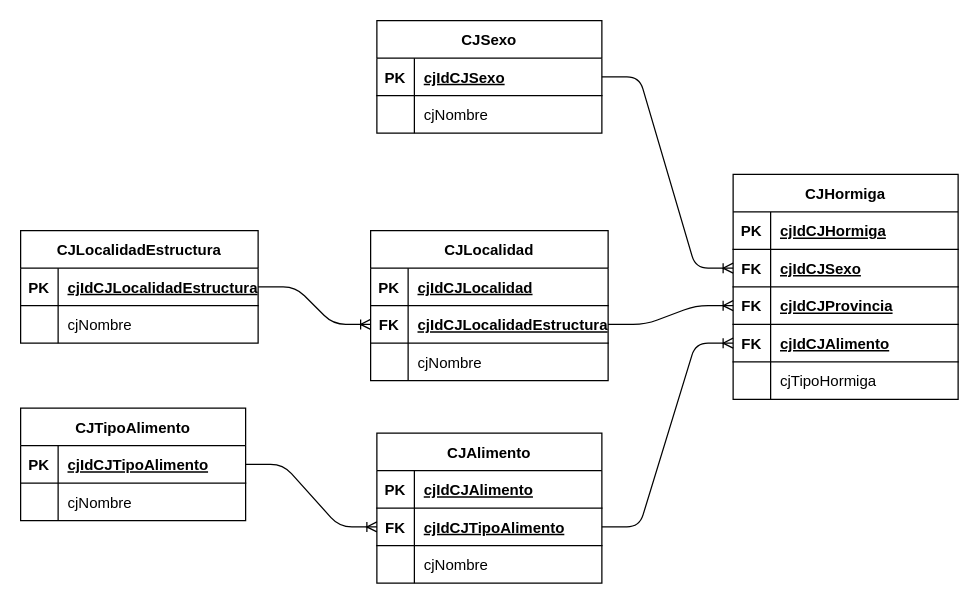
Earlier version of the draw.io diagram Design/DiagramaMER.dio (Jonathanfcg18/CJEcuaFauna2K24A). Source tidied: cells renumbered, new cells numbered last; positions are measured from the earlier drawing's top-left corner, leaving out a move shared by most shapes. Both pictures are drawn from the tidied source at 125%, with x=0, y=0 at pixel (20, 20).
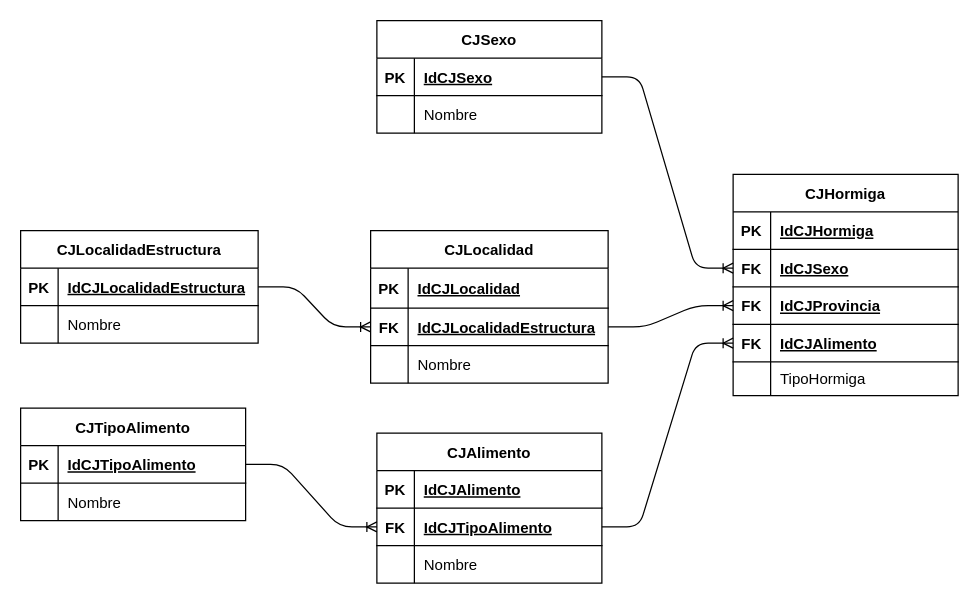
After the change.

The change refers to these unchanged cells:
```xml
<mxCell id="3" style="shape=tableRow;horizontal=0;startSize=0;swimlaneHead=0;swimlaneBody=0;fillColor=none;top=0;left=0;right=0;bottom=1;" parent="2" vertex="1">
  <mxGeometry y="30" width="180" height="30" as="geometry" />
</mxCell>
<mxCell id="6" style="shape=tableRow;horizontal=0;startSize=0;swimlaneHead=0;swimlaneBody=0;fillColor=none;points=[[0,0.5],[1,0.5]];portConstraint=eastwest;top=0;left=0;right=0;bottom=1;" parent="2" vertex="1">
  <mxGeometry y="60" width="180" height="30" as="geometry" />
</mxCell>
<mxCell id="9" style="shape=tableRow;horizontal=0;startSize=0;swimlaneHead=0;swimlaneBody=0;fillColor=none;points=[[0,0.5],[1,0.5]];portConstraint=eastwest;top=0;left=0;right=0;bottom=1;" parent="2" vertex="1">
  <mxGeometry y="90" width="180" height="30" as="geometry" />
</mxCell>
<mxCell id="12" style="shape=tableRow;horizontal=0;startSize=0;swimlaneHead=0;swimlaneBody=0;fillColor=none;points=[[0,0.5],[1,0.5]];portConstraint=eastwest;top=0;left=0;right=0;bottom=1;" parent="2" vertex="1">
  <mxGeometry y="120" width="180" height="30" as="geometry" />
</mxCell>
<mxCell id="29" style="shape=tableRow;horizontal=0;startSize=0;swimlaneHead=0;swimlaneBody=0;fillColor=none;points=[[0,0.5],[1,0.5]];portConstraint=eastwest;top=0;left=0;right=0;bottom=1;" parent="28" vertex="1">
  <mxGeometry y="30" width="190" height="30" as="geometry" />
</mxCell>
<mxCell id="32" style="shape=tableRow;horizontal=0;startSize=0;swimlaneHead=0;swimlaneBody=0;fillColor=none;top=0;left=0;right=0;bottom=0;" parent="28" vertex="1">
  <mxGeometry y="60" width="190" height="30" as="geometry" />
</mxCell>
<mxCell id="37" style="shape=tableRow;horizontal=0;startSize=0;swimlaneHead=0;swimlaneBody=0;fillColor=none;top=0;left=0;right=0;bottom=1;fontSize=12;" parent="36" vertex="1">
  <mxGeometry y="30" width="180" height="30" as="geometry" />
</mxCell>
<mxCell id="40" style="shape=tableRow;horizontal=0;startSize=0;swimlaneHead=0;swimlaneBody=0;fillColor=none;points=[[0,0.5],[1,0.5]];portConstraint=eastwest;top=0;left=0;right=0;bottom=1;fontSize=12;" parent="36" vertex="1">
  <mxGeometry y="60" width="180" height="30" as="geometry" />
</mxCell>
<mxCell id="43" style="shape=tableRow;horizontal=0;startSize=0;swimlaneHead=0;swimlaneBody=0;fillColor=none;top=0;left=0;right=0;bottom=0;fontSize=12;" parent="36" vertex="1">
  <mxGeometry y="90" width="180" height="30" as="geometry" />
</mxCell>
<mxCell id="47" style="shape=tableRow;horizontal=0;startSize=0;swimlaneHead=0;swimlaneBody=0;fillColor=none;points=[[0,0.5],[1,0.5]];portConstraint=eastwest;top=0;left=0;right=0;bottom=1;fontSize=12;" parent="46" vertex="1">
  <mxGeometry y="30" width="180" height="30" as="geometry" />
</mxCell>
<mxCell id="50" style="shape=tableRow;horizontal=0;startSize=0;swimlaneHead=0;swimlaneBody=0;fillColor=none;top=0;left=0;right=0;bottom=0;fontSize=12;" parent="46" vertex="1">
  <mxGeometry y="60" width="180" height="30" as="geometry" />
</mxCell>
<mxCell id="55" style="shape=tableRow;horizontal=0;startSize=0;swimlaneHead=0;swimlaneBody=0;fillColor=none;points=[[0,0.5],[1,0.5]];portConstraint=eastwest;top=0;left=0;right=0;bottom=1;fontSize=12;" parent="54" vertex="1">
  <mxGeometry y="30" width="180" height="30" as="geometry" />
</mxCell>
<mxCell id="58" style="shape=tableRow;horizontal=0;startSize=0;swimlaneHead=0;swimlaneBody=0;fillColor=none;top=0;left=0;right=0;bottom=0;fontSize=12;" parent="54" vertex="1">
  <mxGeometry y="60" width="180" height="30" as="geometry" />
</mxCell>
```

Diff of the diagram source:
```diff
@@
     <mxCell id="2" value="CJHormiga" style="shape=table;startSize=30;childLayout=tableLayout;rowLines=0;fontStyle=1;align=center;" parent="1" vertex="1">
-      <mxGeometry x="570" y="123" width="180" height="180" as="geometry" />
+      <mxGeometry x="570" y="123" width="180" height="177" as="geometry" />
     </mxCell>
@@
-    <mxCell id="5" value="cjIdCJHormiga" style="shape=partialRectangle;fillColor=none;top=0;left=0;bottom=0;right=0;align=left;spacingLeft=6;fontStyle=5;overflow=hidden;" parent="3" vertex="1">
+    <mxCell id="5" value="IdCJHormiga" style="shape=partialRectangle;fillColor=none;top=0;left=0;bottom=0;right=0;align=left;spacingLeft=6;fontStyle=5;overflow=hidden;" parent="3" vertex="1">
       <mxGeometry x="30" width="150" height="30" as="geometry" />
     </mxCell>
@@
-    <mxCell id="8" value="cjIdCJSexo" style="shape=partialRectangle;fillColor=none;top=0;left=0;bottom=0;right=0;align=left;spacingLeft=6;fontStyle=5;overflow=hidden;" parent="6" vertex="1">
+    <mxCell id="8" value="IdCJSexo" style="shape=partialRectangle;fillColor=none;top=0;left=0;bottom=0;right=0;align=left;spacingLeft=6;fontStyle=5;overflow=hidden;" parent="6" vertex="1">
       <mxGeometry x="30" width="150" height="30" as="geometry" />
     </mxCell>
@@
-    <mxCell id="11" value="cjIdCJProvincia" style="shape=partialRectangle;fillColor=none;top=0;left=0;bottom=0;right=0;align=left;spacingLeft=6;fontStyle=5;overflow=hidden;" parent="9" vertex="1">
+    <mxCell id="11" value="IdCJProvincia" style="shape=partialRectangle;fillColor=none;top=0;left=0;bottom=0;right=0;align=left;spacingLeft=6;fontStyle=5;overflow=hidden;" parent="9" vertex="1">
       <mxGeometry x="30" width="150" height="30" as="geometry" />
     </mxCell>
@@
-    <mxCell id="14" value="cjIdCJAlimento" style="shape=partialRectangle;fillColor=none;top=0;left=0;bottom=0;right=0;align=left;spacingLeft=6;fontStyle=5;overflow=hidden;" parent="12" vertex="1">
+    <mxCell id="14" value="IdCJAlimento" style="shape=partialRectangle;fillColor=none;top=0;left=0;bottom=0;right=0;align=left;spacingLeft=6;fontStyle=5;overflow=hidden;" parent="12" vertex="1">
       <mxGeometry x="30" width="150" height="30" as="geometry" />
     </mxCell>
     <mxCell id="15" style="shape=tableRow;horizontal=0;startSize=0;swimlaneHead=0;swimlaneBody=0;fillColor=none;top=0;left=0;right=0;bottom=0;" parent="2" vertex="1">
-      <mxGeometry y="150" width="180" height="30" as="geometry" />
+      <mxGeometry y="150" width="180" height="27" as="geometry" />
     </mxCell>
     <mxCell id="16" style="shape=partialRectangle;fillColor=none;top=0;left=0;bottom=0;right=0;overflow=hidden;" parent="15" vertex="1">
-      <mxGeometry width="30" height="30" as="geometry" />
+      <mxGeometry width="30" height="27" as="geometry" />
     </mxCell>
-    <mxCell id="17" value="cjTipoHormiga" style="shape=partialRectangle;fillColor=none;top=0;left=0;bottom=0;right=0;align=left;spacingLeft=6;overflow=hidden;" parent="15" vertex="1">
-      <mxGeometry x="30" width="150" height="30" as="geometry" />
+    <mxCell id="17" value="TipoHormiga" style="shape=partialRectangle;fillColor=none;top=0;left=0;bottom=0;right=0;align=left;spacingLeft=6;overflow=hidden;" parent="15" vertex="1">
+      <mxGeometry x="30" width="150" height="27" as="geometry" />
     </mxCell>
     <mxCell id="18" value="CJLocalidad" style="shape=table;startSize=30;childLayout=tableLayout;rowLines=0;fontStyle=1;align=center;" parent="1" vertex="1">
-      <mxGeometry x="280" y="168" width="190" height="120" as="geometry" />
+      <mxGeometry x="280" y="168" width="190" height="122" as="geometry" />
     </mxCell>
     <mxCell id="19" style="shape=tableRow;horizontal=0;startSize=0;swimlaneHead=0;swimlaneBody=0;fillColor=none;top=0;left=0;right=0;bottom=1;" parent="18" vertex="1">
-      <mxGeometry y="30" width="190" height="30" as="geometry" />
+      <mxGeometry y="30" width="190" height="32" as="geometry" />
     </mxCell>
     <mxCell id="20" value="PK" style="shape=partialRectangle;fillColor=none;top=0;left=0;bottom=0;right=0;fontStyle=1;overflow=hidden;" parent="19" vertex="1">
-      <mxGeometry width="30" height="30" as="geometry" />
+      <mxGeometry width="30" height="32" as="geometry" />
     </mxCell>
-    <mxCell id="21" value="cjIdCJLocalidad" style="shape=partialRectangle;fillColor=none;top=0;left=0;bottom=0;right=0;align=left;spacingLeft=6;fontStyle=5;overflow=hidden;" parent="19" vertex="1">
-      <mxGeometry x="30" width="160" height="30" as="geometry" />
+    <mxCell id="21" value="IdCJLocalidad" style="shape=partialRectangle;fillColor=none;top=0;left=0;bottom=0;right=0;align=left;spacingLeft=6;fontStyle=5;overflow=hidden;" parent="19" vertex="1">
+      <mxGeometry x="30" width="160" height="32" as="geometry" />
     </mxCell>
     <mxCell id="22" style="shape=tableRow;horizontal=0;startSize=0;swimlaneHead=0;swimlaneBody=0;fillColor=none;points=[[0,0.5],[1,0.5]];portConstraint=eastwest;top=0;left=0;right=0;bottom=1;" parent="18" vertex="1">
-      <mxGeometry y="60" width="190" height="30" as="geometry" />
+      <mxGeometry y="62" width="190" height="30" as="geometry" />
     </mxCell>
@@
-    <mxCell id="24" value="cjIdCJLocalidadEstructura" style="shape=partialRectangle;fillColor=none;top=0;left=0;bottom=0;right=0;align=left;spacingLeft=6;fontStyle=5;overflow=hidden;" parent="22" vertex="1">
+    <mxCell id="24" value="IdCJLocalidadEstructura" style="shape=partialRectangle;fillColor=none;top=0;left=0;bottom=0;right=0;align=left;spacingLeft=6;fontStyle=5;overflow=hidden;" parent="22" vertex="1">
       <mxGeometry x="30" width="160" height="30" as="geometry" />
     </mxCell>
     <mxCell id="25" style="shape=tableRow;horizontal=0;startSize=0;swimlaneHead=0;swimlaneBody=0;fillColor=none;top=0;left=0;right=0;bottom=0;" parent="18" vertex="1">
-      <mxGeometry y="90" width="190" height="30" as="geometry" />
+      <mxGeometry y="92" width="190" height="30" as="geometry" />
     </mxCell>
@@
-    <mxCell id="27" value="cjNombre" style="shape=partialRectangle;fillColor=none;top=0;left=0;bottom=0;right=0;align=left;spacingLeft=6;overflow=hidden;" parent="25" vertex="1">
+    <mxCell id="27" value="Nombre" style="shape=partialRectangle;fillColor=none;top=0;left=0;bottom=0;right=0;align=left;spacingLeft=6;overflow=hidden;" parent="25" vertex="1">
       <mxGeometry x="30" width="160" height="30" as="geometry" />
     </mxCell>
@@
-    <mxCell id="31" value="cjIdCJLocalidadEstructura" style="shape=partialRectangle;fillColor=none;top=0;left=0;bottom=0;right=0;align=left;spacingLeft=6;fontStyle=5;overflow=hidden;" parent="29" vertex="1">
+    <mxCell id="31" value="IdCJLocalidadEstructura" style="shape=partialRectangle;fillColor=none;top=0;left=0;bottom=0;right=0;align=left;spacingLeft=6;fontStyle=5;overflow=hidden;" parent="29" vertex="1">
       <mxGeometry x="30" width="160" height="30" as="geometry" />
     </mxCell>
@@
-    <mxCell id="34" value="cjNombre" style="shape=partialRectangle;fillColor=none;top=0;left=0;bottom=0;right=0;align=left;spacingLeft=6;overflow=hidden;" parent="32" vertex="1">
+    <mxCell id="34" value="Nombre" style="shape=partialRectangle;fillColor=none;top=0;left=0;bottom=0;right=0;align=left;spacingLeft=6;overflow=hidden;" parent="32" vertex="1">
       <mxGeometry x="30" width="160" height="30" as="geometry" />
     </mxCell>
@@
-    <mxCell id="39" value="cjIdCJAlimento" style="shape=partialRectangle;fillColor=none;top=0;left=0;bottom=0;right=0;align=left;spacingLeft=6;fontStyle=5;overflow=hidden;fontSize=12;" parent="37" vertex="1">
+    <mxCell id="39" value="IdCJAlimento" style="shape=partialRectangle;fillColor=none;top=0;left=0;bottom=0;right=0;align=left;spacingLeft=6;fontStyle=5;overflow=hidden;fontSize=12;" parent="37" vertex="1">
       <mxGeometry x="30" width="150" height="30" as="geometry" />
     </mxCell>
@@
-    <mxCell id="42" value="cjIdCJTipoAlimento" style="shape=partialRectangle;fillColor=none;top=0;left=0;bottom=0;right=0;align=left;spacingLeft=6;fontStyle=5;overflow=hidden;fontSize=12;" parent="40" vertex="1">
+    <mxCell id="42" value="IdCJTipoAlimento" style="shape=partialRectangle;fillColor=none;top=0;left=0;bottom=0;right=0;align=left;spacingLeft=6;fontStyle=5;overflow=hidden;fontSize=12;" parent="40" vertex="1">
       <mxGeometry x="30" width="150" height="30" as="geometry" />
     </mxCell>
@@
-    <mxCell id="45" value="cjNombre" style="shape=partialRectangle;fillColor=none;top=0;left=0;bottom=0;right=0;align=left;spacingLeft=6;overflow=hidden;fontSize=12;" parent="43" vertex="1">
+    <mxCell id="45" value="Nombre" style="shape=partialRectangle;fillColor=none;top=0;left=0;bottom=0;right=0;align=left;spacingLeft=6;overflow=hidden;fontSize=12;" parent="43" vertex="1">
       <mxGeometry x="30" width="150" height="30" as="geometry" />
     </mxCell>
@@
-    <mxCell id="49" value="cjIdCJTipoAlimento" style="shape=partialRectangle;fillColor=none;top=0;left=0;bottom=0;right=0;align=left;spacingLeft=6;fontStyle=5;overflow=hidden;fontSize=12;" parent="47" vertex="1">
+    <mxCell id="49" value="IdCJTipoAlimento" style="shape=partialRectangle;fillColor=none;top=0;left=0;bottom=0;right=0;align=left;spacingLeft=6;fontStyle=5;overflow=hidden;fontSize=12;" parent="47" vertex="1">
       <mxGeometry x="30" width="150" height="30" as="geometry" />
     </mxCell>
@@
-    <mxCell id="52" value="cjNombre" style="shape=partialRectangle;fillColor=none;top=0;left=0;bottom=0;right=0;align=left;spacingLeft=6;overflow=hidden;fontSize=12;" parent="50" vertex="1">
+    <mxCell id="52" value="Nombre" style="shape=partialRectangle;fillColor=none;top=0;left=0;bottom=0;right=0;align=left;spacingLeft=6;overflow=hidden;fontSize=12;" parent="50" vertex="1">
       <mxGeometry x="30" width="150" height="30" as="geometry" />
     </mxCell>
@@
-    <mxCell id="57" value="cjIdCJSexo" style="shape=partialRectangle;fillColor=none;top=0;left=0;bottom=0;right=0;align=left;spacingLeft=6;fontStyle=5;overflow=hidden;fontSize=12;" parent="55" vertex="1">
+    <mxCell id="57" value="IdCJSexo" style="shape=partialRectangle;fillColor=none;top=0;left=0;bottom=0;right=0;align=left;spacingLeft=6;fontStyle=5;overflow=hidden;fontSize=12;" parent="55" vertex="1">
       <mxGeometry x="30" width="150" height="30" as="geometry" />
     </mxCell>
@@
-    <mxCell id="60" value="cjNombre" style="shape=partialRectangle;fillColor=none;top=0;left=0;bottom=0;right=0;align=left;spacingLeft=6;overflow=hidden;fontSize=12;" parent="58" vertex="1">
+    <mxCell id="60" value="Nombre" style="shape=partialRectangle;fillColor=none;top=0;left=0;bottom=0;right=0;align=left;spacingLeft=6;overflow=hidden;fontSize=12;" parent="58" vertex="1">
       <mxGeometry x="30" width="150" height="30" as="geometry" />
     </mxCell>
```
